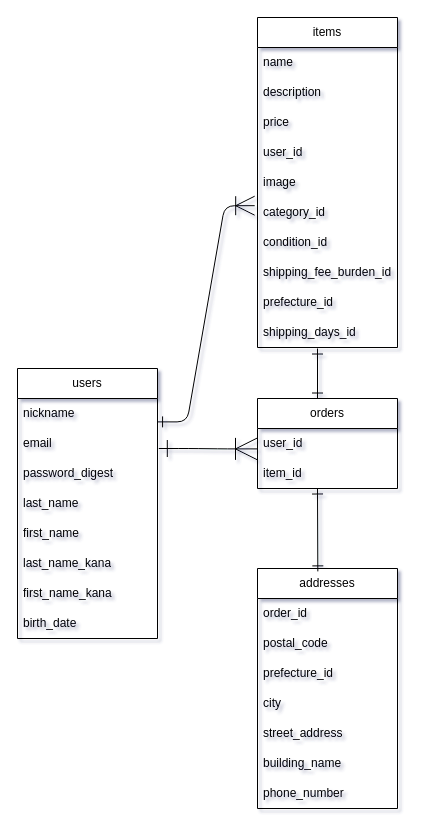
sorayuri/furima-46823 keeps this draw.io diagram as db.dio. Above is the earlier version. Source tidied: cells renumbered, new cells numbered last; positions are measured from the earlier drawing's top-left corner, leaving out a move shared by most shapes. Both pictures are drawn from the tidied source at 100%, with x=0, y=0 at pixel (17, 17).
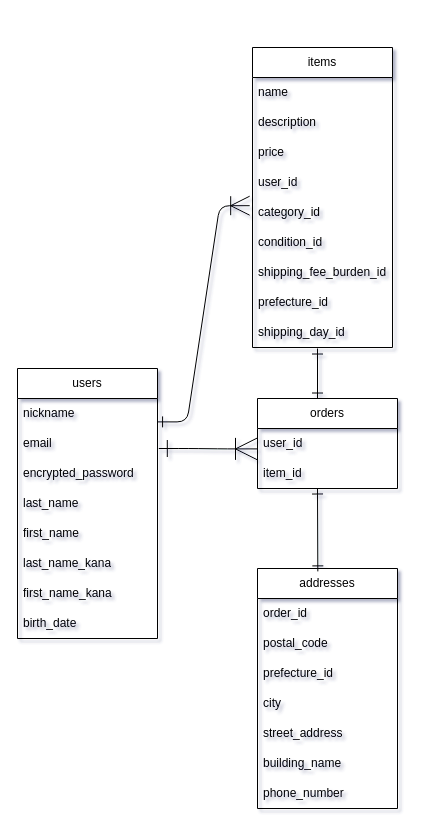
After the change.

Commit message (it also covers changes not shown here):
データベース設計

Unchanged cells that the change refers to:
```xml
<mxCell id="2" value="users" style="swimlane;fontStyle=0;horizontal=1;startSize=30;whiteSpace=wrap;html=1;" parent="1" vertex="1">
  <mxGeometry y="351" width="140" height="270" as="geometry" />
</mxCell>
```

What changed in the source:
```diff
@@
-    <mxCell id="5" value="password_digest" style="text;strokeColor=none;fillColor=none;align=left;verticalAlign=middle;spacingLeft=4;spacingRight=4;overflow=hidden;whiteSpace=wrap;html=1;" parent="2" vertex="1">
-      <mxGeometry y="90" width="140" height="30" as="geometry" />
-    </mxCell>
+    <mxCell id="37" value="encrypted_password" style="text;strokeColor=none;fillColor=none;align=left;verticalAlign=middle;spacingLeft=4;spacingRight=4;overflow=hidden;whiteSpace=wrap;html=1;" parent="2" vertex="1">
+      <mxGeometry y="90" width="140" height="30" as="geometry" />
+    </mxCell>
@@
     <mxCell id="14" value="items" style="swimlane;fontStyle=0;horizontal=1;startSize=30;whiteSpace=wrap;html=1;" parent="1" vertex="1">
-      <mxGeometry x="240" width="140" height="330" as="geometry" />
+      <mxGeometry x="235" y="30" width="140" height="300" as="geometry" />
     </mxCell>
@@
-    <mxCell id="19" value="image" style="text;strokeColor=none;fillColor=none;align=left;verticalAlign=middle;spacingLeft=4;spacingRight=4;overflow=hidden;whiteSpace=wrap;html=1;" parent="14" vertex="1">
-      <mxGeometry y="150" width="140" height="30" as="geometry" />
-    </mxCell>
     <mxCell id="20" value="category_id" style="text;strokeColor=none;fillColor=none;align=left;verticalAlign=middle;spacingLeft=4;spacingRight=4;overflow=hidden;points=[[0,0.5],[1,0.5]];portConstraint=eastwest;whiteSpace=wrap;html=1;" parent="14" vertex="1">
-      <mxGeometry y="180" width="140" height="30" as="geometry" />
+      <mxGeometry y="150" width="140" height="30" as="geometry" />
     </mxCell>
     <mxCell id="21" value="condition_id" style="text;strokeColor=none;fillColor=none;align=left;verticalAlign=middle;spacingLeft=4;spacingRight=4;overflow=hidden;whiteSpace=wrap;html=1;" parent="14" vertex="1">
-      <mxGeometry y="210" width="140" height="30" as="geometry" />
+      <mxGeometry y="180" width="140" height="30" as="geometry" />
     </mxCell>
     <mxCell id="22" value="shipping_fee_burden_id" style="text;strokeColor=none;fillColor=none;align=left;verticalAlign=middle;spacingLeft=4;spacingRight=4;overflow=hidden;whiteSpace=wrap;html=1;" parent="14" vertex="1">
-      <mxGeometry y="240" width="140" height="30" as="geometry" />
+      <mxGeometry y="210" width="140" height="30" as="geometry" />
     </mxCell>
     <mxCell id="23" value="prefecture_id" style="text;strokeColor=none;fillColor=none;align=left;verticalAlign=middle;spacingLeft=4;spacingRight=4;overflow=hidden;whiteSpace=wrap;html=1;" parent="14" vertex="1">
-      <mxGeometry y="270" width="140" height="30" as="geometry" />
+      <mxGeometry y="240" width="140" height="30" as="geometry" />
     </mxCell>
-    <mxCell id="24" value="shipping_days_id" style="text;strokeColor=none;fillColor=none;align=left;verticalAlign=middle;spacingLeft=4;spacingRight=4;overflow=hidden;whiteSpace=wrap;html=1;" parent="14" vertex="1">
-      <mxGeometry y="300" width="140" height="30" as="geometry" />
+    <mxCell id="24" value="shipping_day_id" style="text;strokeColor=none;fillColor=none;align=left;verticalAlign=middle;spacingLeft=4;spacingRight=4;overflow=hidden;whiteSpace=wrap;html=1;" parent="14" vertex="1">
+      <mxGeometry y="270" width="140" height="30" as="geometry" />
     </mxCell>
```
